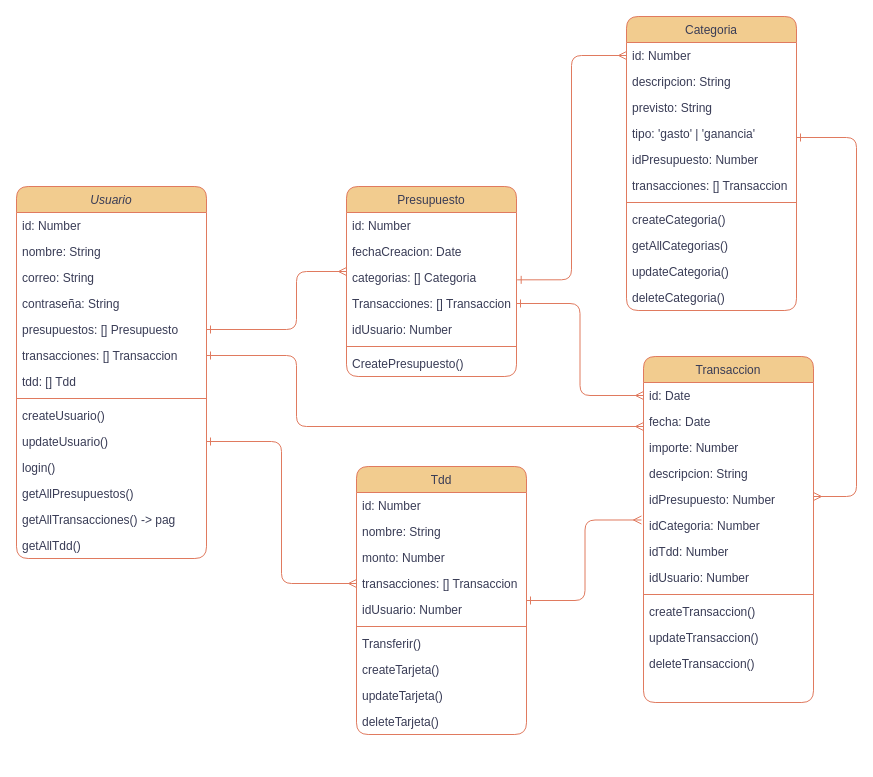
HiramZednem/hacorp-api keeps this draw.io diagram as diagrama-bd.drawio. Above is the earlier version. Source tidied: cells renumbered, new cells numbered last; positions are measured from the earlier drawing's top-left corner, leaving out a move shared by most shapes. Both pictures are drawn from the tidied source at 100%, with x=0, y=0 at pixel (16, 16).
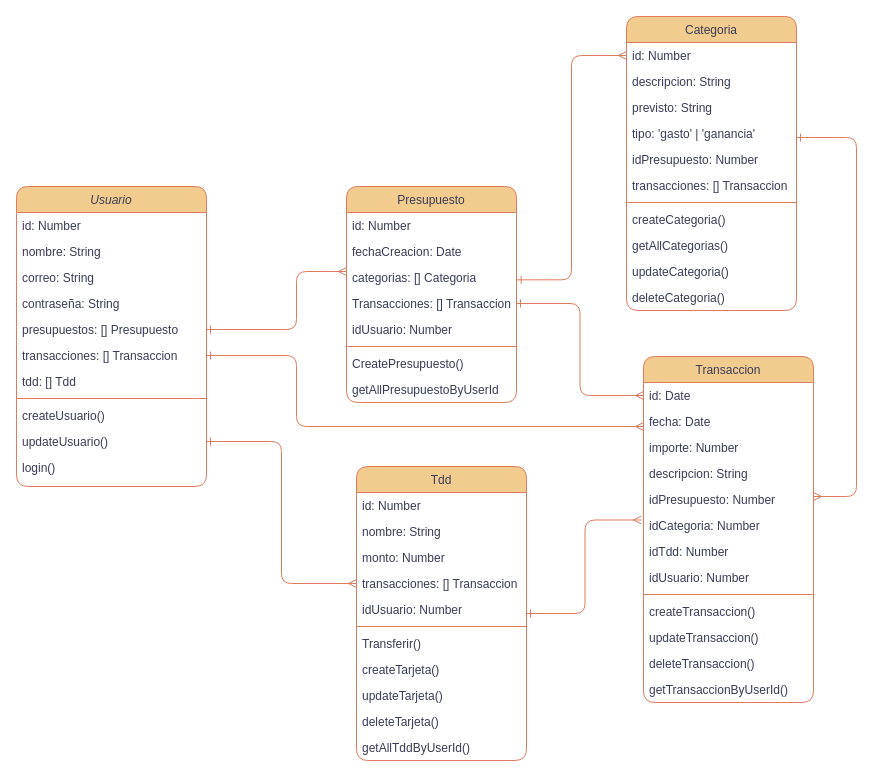
The same page after the edit.

Unchanged cells that the change refers to:
```xml
<mxCell id="38" value="Transaccion" style="swimlane;fontStyle=0;align=center;verticalAlign=top;horizontal=1;startSize=26;rounded=1;shadow=0;strokeWidth=1;labelBackgroundColor=none;fillColor=#F2CC8F;strokeColor=#E07A5F;fontColor=#393C56;" parent="1" vertex="1">
  <mxGeometry x="627" y="340" width="170" height="346" as="geometry" />
</mxCell>
```

Diff of the diagram source:
```diff
@@
     <mxCell id="2" value="Usuario" style="swimlane;fontStyle=2;align=center;verticalAlign=top;horizontal=1;startSize=26;rounded=1;shadow=0;strokeWidth=1;labelBackgroundColor=none;fillColor=#F2CC8F;strokeColor=#E07A5F;fontColor=#393C56;" parent="1" vertex="1">
-      <mxGeometry y="170" width="190" height="372" as="geometry" />
+      <mxGeometry y="170" width="190" height="300" as="geometry" />
     </mxCell>
@@
-    <mxCell id="14" value="getAllPresupuestos()" style="text;align=left;verticalAlign=top;spacingLeft=4;spacingRight=4;overflow=hidden;labelBackgroundColor=none;fontColor=#393C56;rounded=1;" parent="2" vertex="1">
-      <mxGeometry y="294" width="190" height="26" as="geometry" />
-    </mxCell>
-    <mxCell id="15" value="getAllTransacciones() -&gt; pag" style="text;align=left;verticalAlign=top;spacingLeft=4;spacingRight=4;overflow=hidden;labelBackgroundColor=none;fontColor=#393C56;rounded=1;" parent="2" vertex="1">
-      <mxGeometry y="320" width="190" height="26" as="geometry" />
-    </mxCell>
-    <mxCell id="16" value="getAllTdd()" style="text;align=left;verticalAlign=top;spacingLeft=4;spacingRight=4;overflow=hidden;labelBackgroundColor=none;fontColor=#393C56;rounded=1;" parent="2" vertex="1">
-      <mxGeometry y="346" width="190" height="26" as="geometry" />
-    </mxCell>
     <mxCell id="17" value="Presupuesto" style="swimlane;fontStyle=0;align=center;verticalAlign=top;horizontal=1;startSize=26;rounded=1;shadow=0;strokeWidth=1;labelBackgroundColor=none;fillColor=#F2CC8F;strokeColor=#E07A5F;fontColor=#393C56;" parent="1" vertex="1">
-      <mxGeometry x="330" y="170" width="170" height="190" as="geometry" />
+      <mxGeometry x="330" y="170" width="170" height="216" as="geometry" />
     </mxCell>
@@
-    <mxCell id="24" value="CreatePresupuesto()&#10;" style="text;align=left;verticalAlign=top;spacingLeft=4;spacingRight=4;overflow=hidden;labelBackgroundColor=none;fontColor=#393C56;rounded=1;" parent="17" vertex="1">
+    <mxCell id="24" value="CreatePresupuesto()&#10;&#10;" style="text;align=left;verticalAlign=top;spacingLeft=4;spacingRight=4;overflow=hidden;labelBackgroundColor=none;fontColor=#393C56;rounded=1;" parent="17" vertex="1">
       <mxGeometry y="164" width="170" height="26" as="geometry" />
     </mxCell>
+    <mxCell id="68" value="getAllPresupuestoByUserId" style="text;align=left;verticalAlign=top;spacingLeft=4;spacingRight=4;overflow=hidden;labelBackgroundColor=none;fontColor=#393C56;rounded=1;" parent="17" vertex="1">
+      <mxGeometry y="190" width="170" height="26" as="geometry" />
+    </mxCell>
@@
+    <mxCell id="69" value="getTransaccionByUserId()" style="text;align=left;verticalAlign=top;spacingLeft=4;spacingRight=4;overflow=hidden;labelBackgroundColor=none;fontColor=#393C56;rounded=1;" parent="38" vertex="1">
+      <mxGeometry y="320" width="170" height="26" as="geometry" />
+    </mxCell>
@@
     <mxCell id="55" value="Tdd" style="swimlane;fontStyle=0;align=center;verticalAlign=top;horizontal=1;startSize=26;rounded=1;shadow=0;strokeWidth=1;labelBackgroundColor=none;fillColor=#F2CC8F;strokeColor=#E07A5F;fontColor=#393C56;" parent="1" vertex="1">
-      <mxGeometry x="340" y="450" width="170" height="268" as="geometry" />
+      <mxGeometry x="340" y="450" width="170" height="294" as="geometry" />
     </mxCell>
@@
+    <mxCell id="70" value="getAllTddByUserId()" style="text;align=left;verticalAlign=top;spacingLeft=4;spacingRight=4;overflow=hidden;labelBackgroundColor=none;fontColor=#393C56;rounded=1;" parent="55" vertex="1">
+      <mxGeometry y="268" width="170" height="26" as="geometry" />
+    </mxCell>
```
